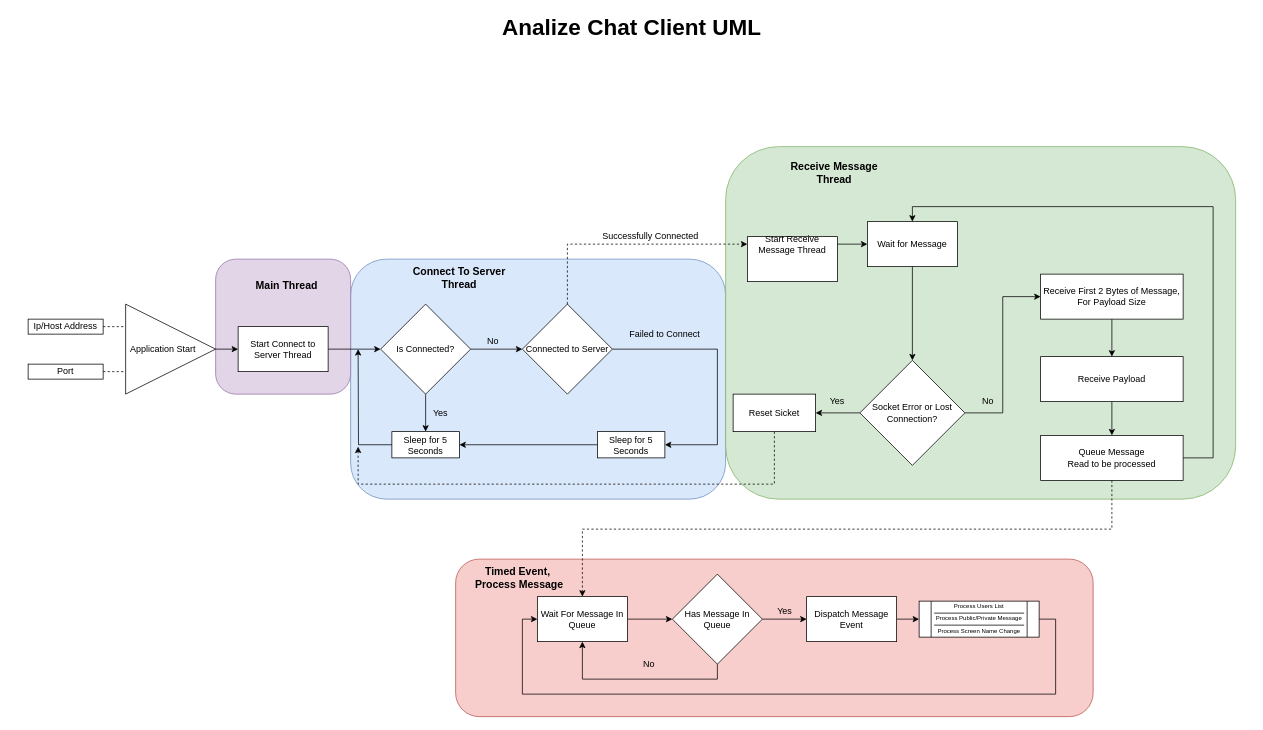
Earlier version of the draw.io diagram Untitled Diagram.drawio (Ashley-Sands/comp260-worksheet-1). Source tidied: cells renumbered, new cells numbered last; positions are measured from the earlier drawing's top-left corner, leaving out a move shared by most shapes. Both pictures are drawn from the tidied source at 75%, with x=0, y=0 at pixel (13, 19).
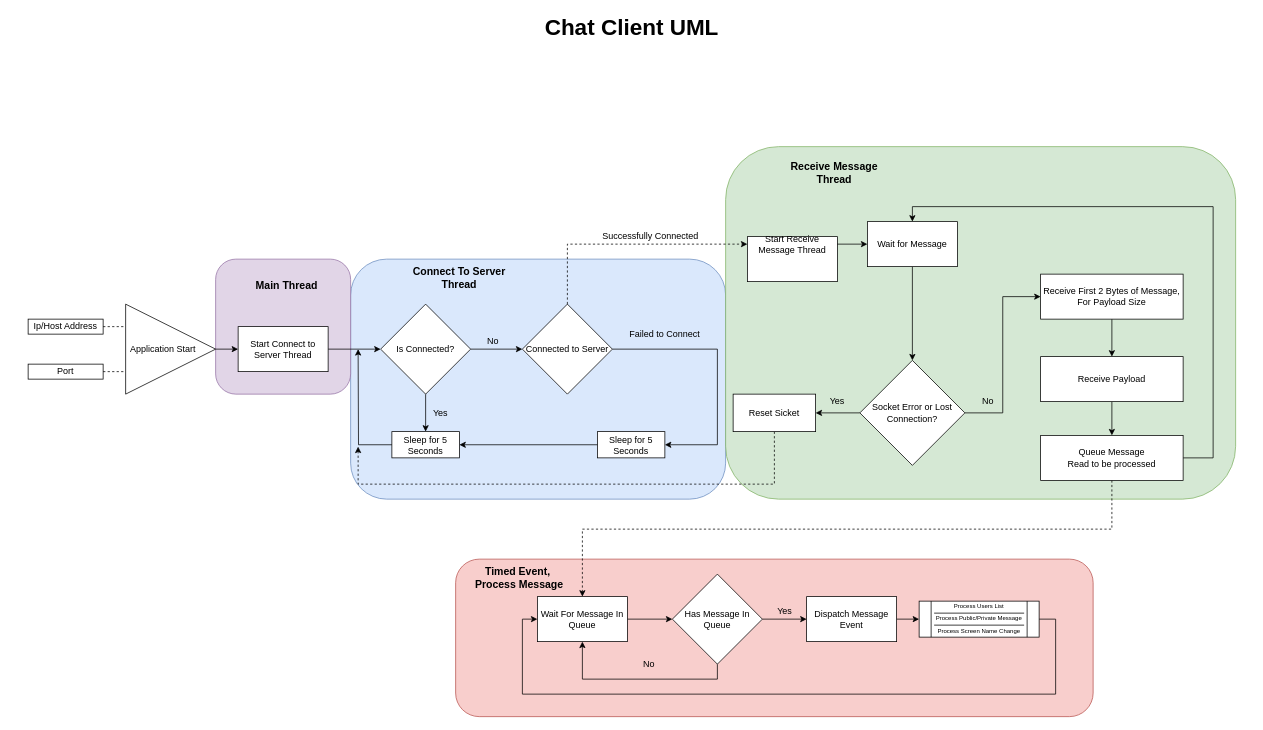
The same page after the edit.

Change to the diagram source:
```diff
@@
-    <mxCell id="74" value="&lt;b style=&quot;font-size: 30px&quot;&gt;Analize Chat Client UML&lt;/b&gt;" style="text;html=1;strokeColor=none;fillColor=none;align=center;verticalAlign=middle;whiteSpace=wrap;rounded=0;shadow=0;glass=0;comic=0;startSize=28;" parent="10" vertex="1">
+    <mxCell id="74" value="&lt;b style=&quot;font-size: 30px&quot;&gt;Chat Client UML&lt;/b&gt;" style="text;html=1;strokeColor=none;fillColor=none;align=center;verticalAlign=middle;whiteSpace=wrap;rounded=0;shadow=0;glass=0;comic=0;startSize=28;" parent="10" vertex="1">
       <mxGeometry width="1650" height="20" as="geometry" />
     </mxCell>
```
